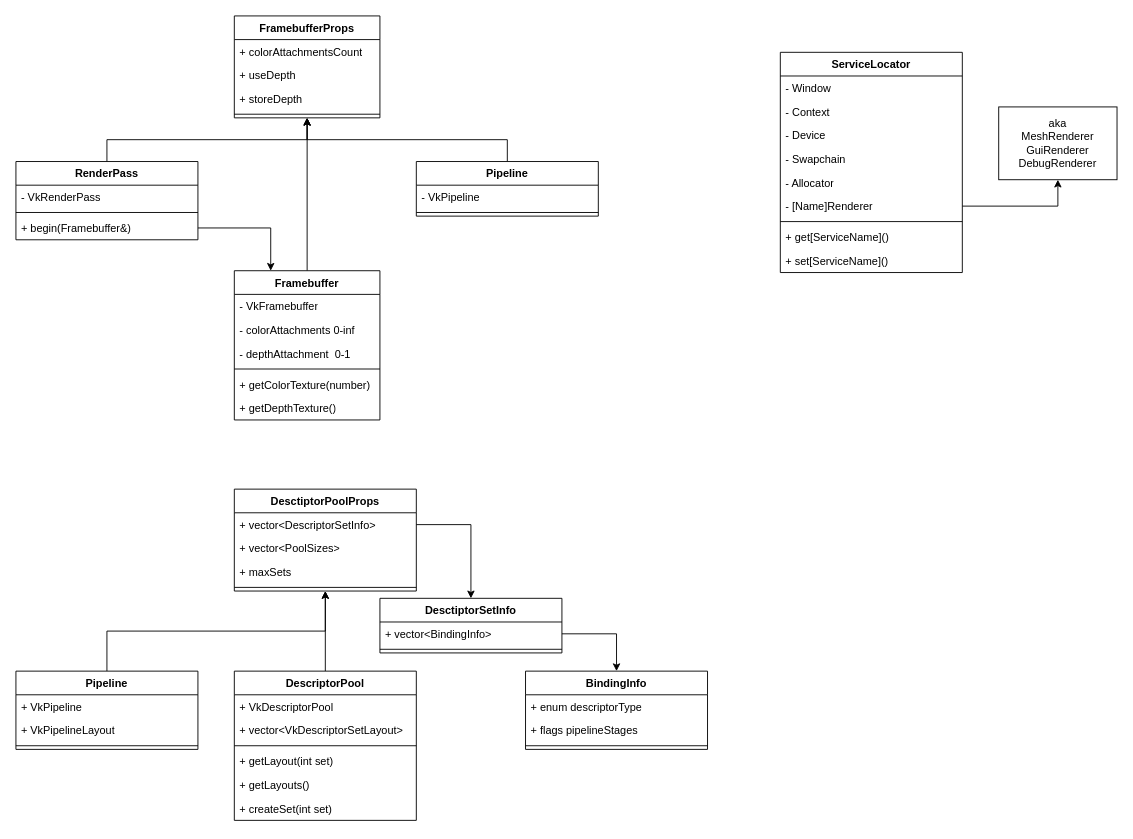
Earlier version of the draw.io diagram docs/uml/general.drawio (aDron1990/vk). Source tidied: cells renumbered, new cells numbered last; positions are measured from the earlier drawing's top-left corner, leaving out a move shared by most shapes. Both pictures are drawn from the tidied source at 91%, with x=0, y=0 at pixel (15, 15).
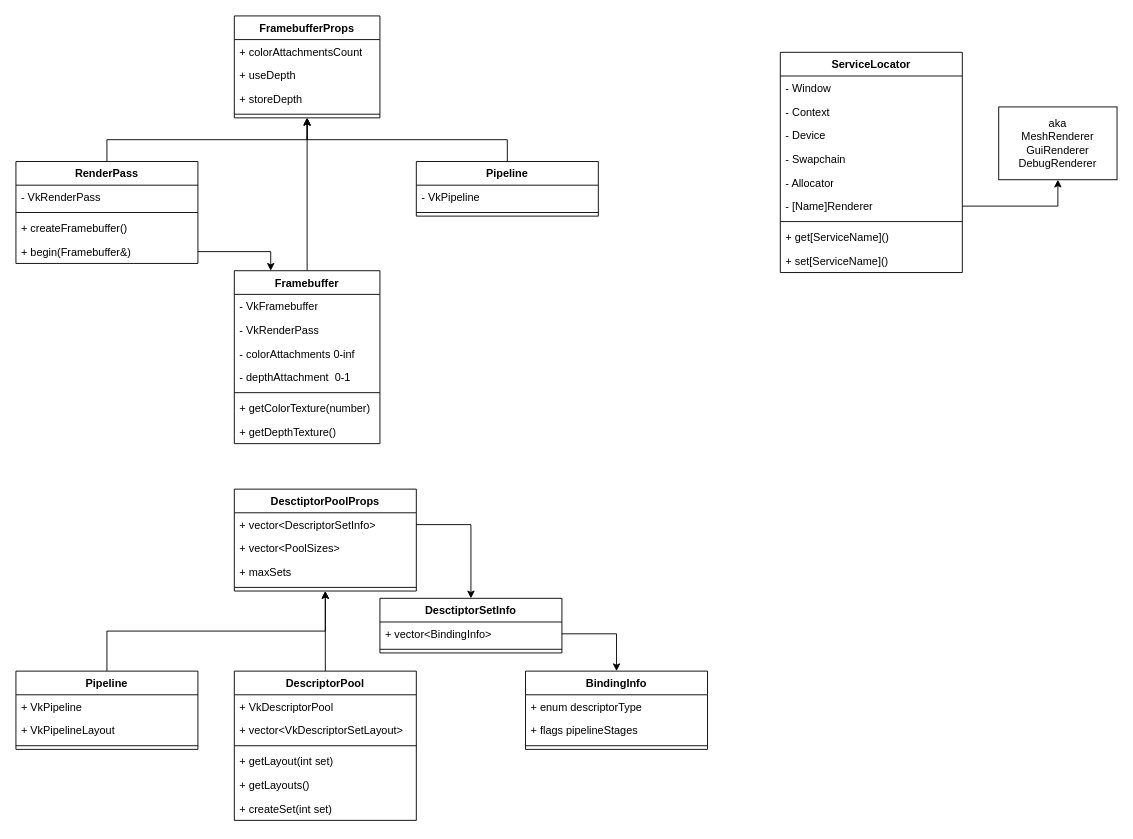
After the change.

The edit, as a diff of the source:
```diff
@@
     <mxCell id="3" value="RenderPass" style="swimlane;fontStyle=1;align=center;verticalAlign=top;horizontal=1;startSize=26;whiteSpace=wrap;html=1;" parent="1" vertex="1">
-      <mxGeometry y="160" width="200" height="86" as="geometry" />
+      <mxGeometry y="160" width="200" height="112" as="geometry" />
     </mxCell>
@@
+    <mxCell id="64" value="+ createFramebuffer()" style="text;strokeColor=none;fillColor=none;align=left;verticalAlign=top;spacingLeft=4;spacingRight=4;overflow=hidden;whiteSpace=wrap;html=1;" parent="3" vertex="1">
+      <mxGeometry y="60" width="200" height="26" as="geometry" />
+    </mxCell>
     <mxCell id="6" value="+ begin(Framebuffer&amp;amp;)" style="text;strokeColor=none;fillColor=none;align=left;verticalAlign=top;spacingLeft=4;spacingRight=4;overflow=hidden;points=[[0,0.5],[1,0.5]];portConstraint=eastwest;whiteSpace=wrap;html=1;" parent="3" vertex="1">
-      <mxGeometry y="60" width="200" height="26" as="geometry" />
+      <mxGeometry y="86" width="200" height="26" as="geometry" />
     </mxCell>
@@
     <mxCell id="8" value="Framebuffer" style="swimlane;fontStyle=1;align=center;verticalAlign=top;horizontal=1;startSize=26;whiteSpace=wrap;html=1;" parent="1" vertex="1">
-      <mxGeometry x="240" y="280" width="160" height="164" as="geometry" />
+      <mxGeometry x="240" y="280" width="160" height="190" as="geometry" />
     </mxCell>
@@
+    <mxCell id="65" value="- VkRenderPass" style="text;strokeColor=none;fillColor=none;align=left;verticalAlign=top;spacingLeft=4;spacingRight=4;overflow=hidden;whiteSpace=wrap;html=1;" parent="8" vertex="1">
+      <mxGeometry y="52" width="160" height="26" as="geometry" />
+    </mxCell>
     <mxCell id="10" value="- colorAttachments 0-inf" style="text;strokeColor=none;fillColor=none;align=left;verticalAlign=top;spacingLeft=4;spacingRight=4;overflow=hidden;whiteSpace=wrap;html=1;" parent="8" vertex="1">
-      <mxGeometry y="52" width="160" height="26" as="geometry" />
+      <mxGeometry y="78" width="160" height="26" as="geometry" />
     </mxCell>
     <mxCell id="11" value="- depthAttachment&amp;nbsp; 0-1" style="text;strokeColor=none;fillColor=none;align=left;verticalAlign=top;spacingLeft=4;spacingRight=4;overflow=hidden;whiteSpace=wrap;html=1;" parent="8" vertex="1">
-      <mxGeometry y="78" width="160" height="26" as="geometry" />
+      <mxGeometry y="104" width="160" height="26" as="geometry" />
     </mxCell>
     <mxCell id="12" style="line;strokeWidth=1;fillColor=none;align=left;verticalAlign=middle;spacingTop=-1;spacingLeft=3;spacingRight=3;labelPosition=right;strokeColor=inherit;" parent="8" vertex="1">
-      <mxGeometry y="104" width="160" height="8" as="geometry" />
+      <mxGeometry y="130" width="160" height="8" as="geometry" />
     </mxCell>
     <mxCell id="13" value="+ getColorTexture(number)" style="text;strokeColor=none;fillColor=none;align=left;verticalAlign=top;spacingLeft=4;spacingRight=4;overflow=hidden;whiteSpace=wrap;html=1;" parent="8" vertex="1">
-      <mxGeometry y="112" width="160" height="26" as="geometry" />
+      <mxGeometry y="138" width="160" height="26" as="geometry" />
     </mxCell>
     <mxCell id="14" value="+ getDepthTexture()" style="text;strokeColor=none;fillColor=none;align=left;verticalAlign=top;spacingLeft=4;spacingRight=4;overflow=hidden;whiteSpace=wrap;html=1;" parent="8" vertex="1">
-      <mxGeometry y="138" width="160" height="26" as="geometry" />
+      <mxGeometry y="164" width="160" height="26" as="geometry" />
     </mxCell>
```
